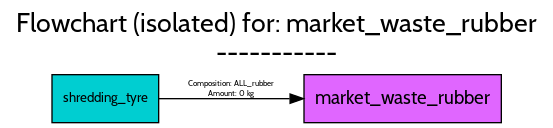
The Graphviz diagram src/examples/ELV/figures/flowcharts/processes/png/market_waste_rubber.png in FutuRaM-Project/Recovery-Model, before a commit. Its source is kept beside it as src/examples/ELV/figures/flowcharts/processes/dot/market_waste_rubber.dot.
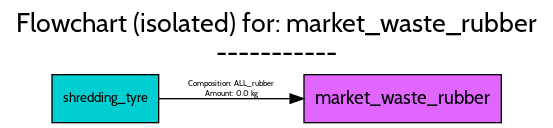
Above is the later version.

The edit, as a diff of the source:
```diff
@@ -35,7 +35,7 @@
 		fontname=Cabin,
 		fontsize=6,
 		label="Composition: ALL_rubber
-Amount: 0 kg",
+Amount: 0.0 kg",
 		lp="169.5,25",
 		pos="e,223.56,18 115,18 142.18,18 179.47,18 213.22,18"];
 }
```
